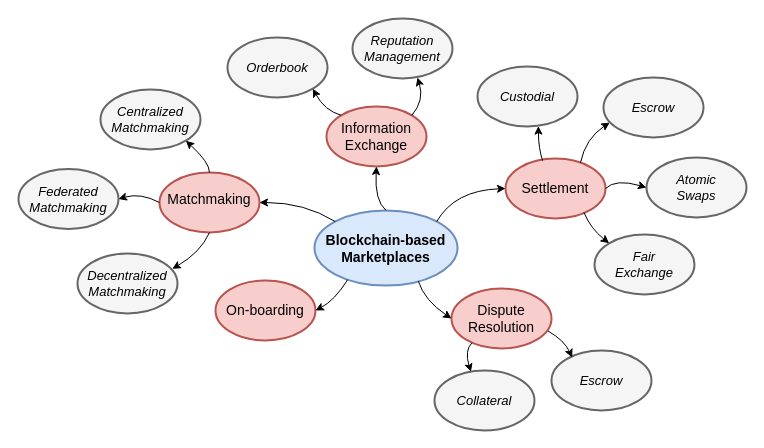
The draw.io diagram introduction/assets/decomposition.drawio in devos50/phd-thesis, before the edit. Source tidied: cells renumbered, new cells numbered last; positions are measured from the earlier drawing's top-left corner, leaving out a move shared by most shapes. Both pictures are drawn from the tidied source at 100%, with x=0, y=0 at pixel (18, 18).
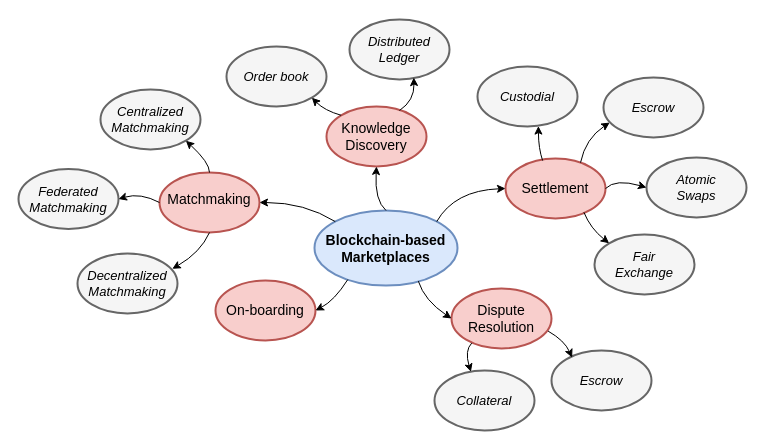
Above is the later version.

Diff of the diagram source:
```diff
@@
-    <mxCell id="25" value="Information&lt;br&gt;Exchange" style="ellipse;whiteSpace=wrap;html=1;strokeWidth=2;fontStyle=0;fillColor=#f8cecc;strokeColor=#b85450;fontSize=14;" parent="1" vertex="1">
+    <mxCell id="25" value="Knowledge&lt;br&gt;Discovery" style="ellipse;whiteSpace=wrap;html=1;strokeWidth=2;fontStyle=0;fillColor=#f8cecc;strokeColor=#b85450;fontSize=14;" parent="1" vertex="1">
       <mxGeometry x="308" y="88" width="100" height="60" as="geometry" />
     </mxCell>
-    <mxCell id="26" value="Orderbook" style="ellipse;whiteSpace=wrap;html=1;strokeWidth=2;fontStyle=2;fillColor=#f5f5f5;strokeColor=#666666;fontColor=#000000;fontSize=13;" parent="1" vertex="1">
-      <mxGeometry x="209" y="19" width="100" height="60" as="geometry" />
+    <mxCell id="26" value="Order book" style="ellipse;whiteSpace=wrap;html=1;strokeWidth=2;fontStyle=2;fillColor=#f5f5f5;strokeColor=#666666;fontColor=#000000;fontSize=13;" parent="1" vertex="1">
+      <mxGeometry x="208" y="28" width="100" height="60" as="geometry" />
     </mxCell>
@@
-    <mxCell id="30" value="Reputation&lt;br&gt;Management" style="ellipse;whiteSpace=wrap;html=1;strokeWidth=2;fontStyle=2;fillColor=#f5f5f5;strokeColor=#666666;fontColor=#000000;fontSize=13;" parent="1" vertex="1">
-      <mxGeometry x="334" width="100" height="60" as="geometry" />
-    </mxCell>
@@
-    <mxCell id="32" style="endArrow=classic;html=1;strokeWidth=1;fontSize=13;entryX=0.65;entryY=0.983;entryDx=0;entryDy=0;curved=1;exitX=1;exitY=0;exitDx=0;exitDy=0;entryPerimeter=0;" parent="1" edge="1" source="25" target="30">
-      <mxGeometry relative="1" as="geometry">
-        <Array as="points">
-          <mxPoint x="406" y="82" />
-        </Array>
-      </mxGeometry>
-    </mxCell>
@@
+    <mxCell id="35" value="Distributed&lt;br&gt;Ledger" style="ellipse;whiteSpace=wrap;html=1;strokeWidth=2;fontStyle=2;fillColor=#f5f5f5;strokeColor=#666666;fontColor=#000000;fontSize=13;" parent="1" vertex="1">
+      <mxGeometry x="331" y="1" width="100" height="60" as="geometry" />
+    </mxCell>
+    <mxCell id="36" style="endArrow=classic;html=1;exitX=0.73;exitY=0.067;exitDx=0;exitDy=0;exitPerimeter=0;curved=1;entryX=0.643;entryY=0.968;entryDx=0;entryDy=0;entryPerimeter=0;" parent="1" edge="1" source="25" target="35">
+      <mxGeometry relative="1" as="geometry">
+        <Array as="points">
+          <mxPoint x="396" y="82" />
+        </Array>
+      </mxGeometry>
+    </mxCell>
```
